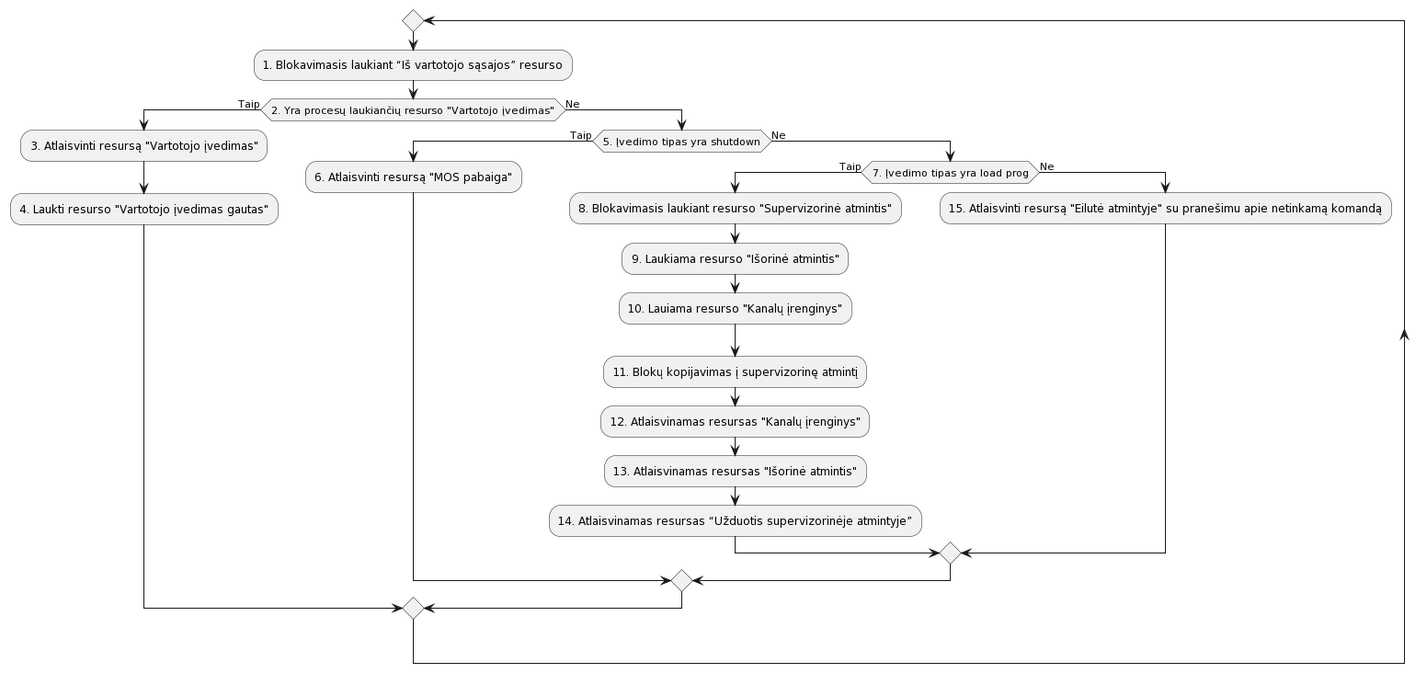
Earlier version of the PlantUML export aprasymas2/img/ReadFromInterface.png (Mdominykas/OS).
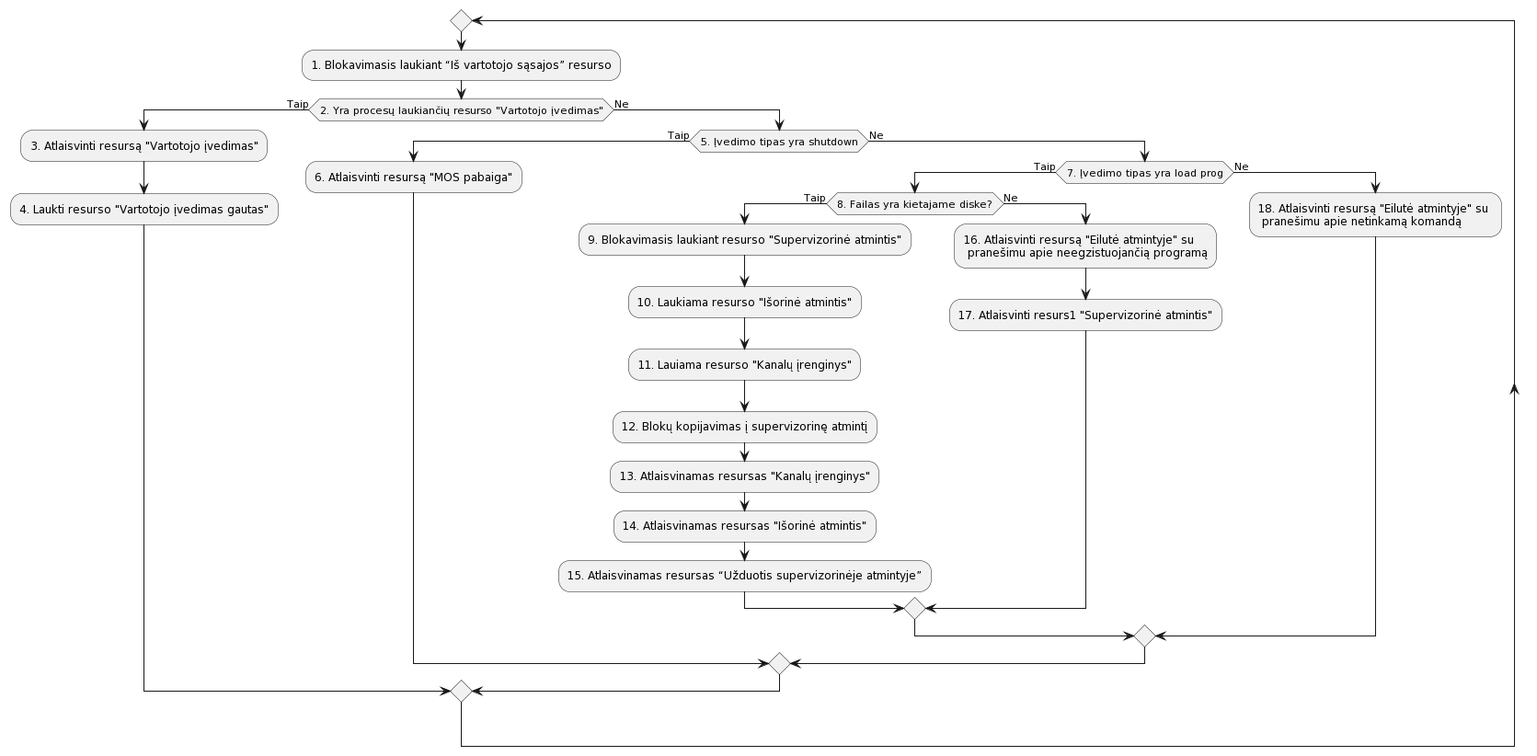
After the change.

The edit, as a diff of the source:
```diff
@@ -9,15 +9,20 @@
       :6. Atlaisvinti resursą "MOS pabaiga";
     else (Ne)
       if (7. Įvedimo tipas yra load prog) is (Taip) then
-        :8. Blokavimasis laukiant resurso "Supervizorinė atmintis";
-        :9. Laukiama resurso "Išorinė atmintis";
-        :10. Lauiama resurso "Kanalų įrenginys";
-        :11. Blokų kopijavimas į supervizorinę atmintį;
-        :12. Atlaisvinamas resursas "Kanalų įrenginys";
-        :13. Atlaisvinamas resursas "Išorinė atmintis";
-        :14. Atlaisvinamas resursas “Užduotis supervizorinėje atmintyje”;
+        if (8. Failas yra kietajame diske?) is (Taip) then
+          :9. Blokavimasis laukiant resurso "Supervizorinė atmintis";
+          :10. Laukiama resurso "Išorinė atmintis";
+          :11. Lauiama resurso "Kanalų įrenginys";
+          :12. Blokų kopijavimas į supervizorinę atmintį;
+          :13. Atlaisvinamas resursas "Kanalų įrenginys";
+          :14. Atlaisvinamas resursas "Išorinė atmintis";
+          :15. Atlaisvinamas resursas “Užduotis supervizorinėje atmintyje”;
+        else (Ne)
+          :16. Atlaisvinti resursą "Eilutė atmintyje" su \n pranešimu apie neegzistuojančią programą;
+          :17. Atlaisvinti resurs1 "Supervizorinė atmintis";
+        endif
       else (Ne)
-        :15. Atlaisvinti resursą "Eilutė atmintyje" su pranešimu apie netinkamą komandą;
+        :18. Atlaisvinti resursą "Eilutė atmintyje" su \n pranešimu apie netinkamą komandą;
       endif
     endif
   endif
```
